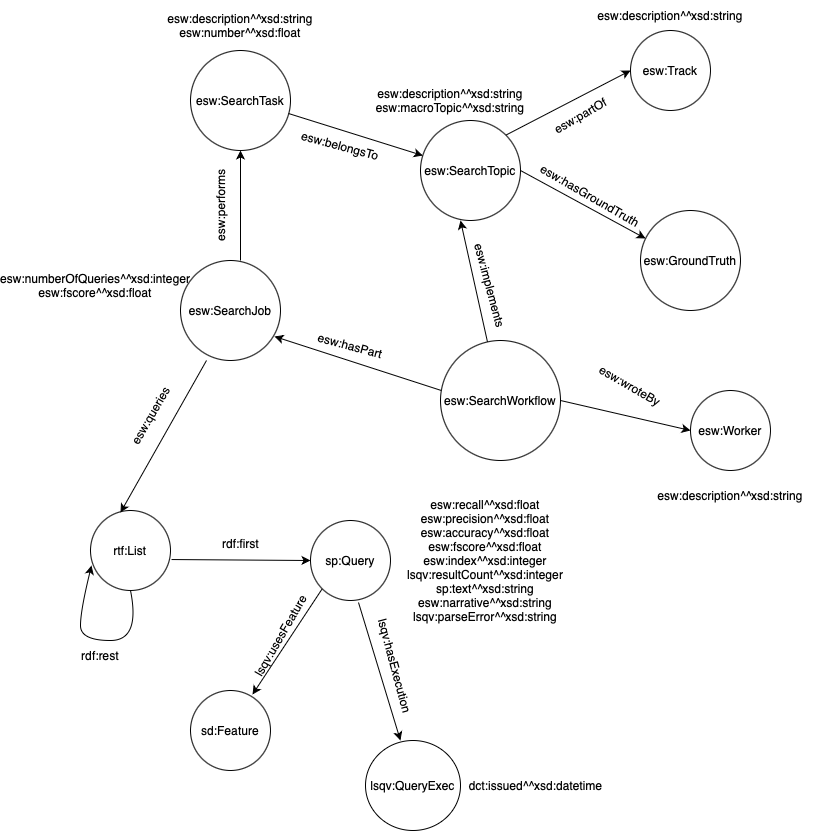
Earlier version of the draw.io export ontology/esw-ontology.png (prapalu/esw). Source tidied: cells renumbered, new cells last; positions are measured from the earlier drawing's top-left corner, leaving out a move shared by most shapes.
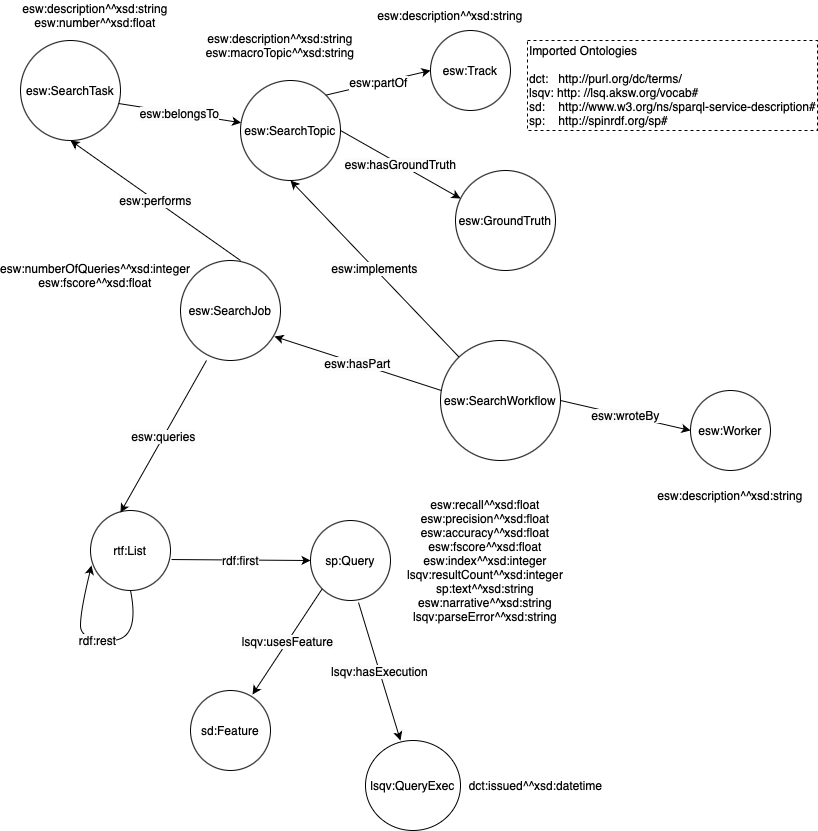
After the commit.

Commit message:
Rerun turtle and add ontology

Change to the diagram source:
```diff
@@ -3,13 +3,13 @@
     <mxCell id="0" />
     <mxCell id="1" parent="0" />
     <mxCell id="2" value="esw:Track" style="ellipse;whiteSpace=wrap;html=1;" parent="1" vertex="1">
-      <mxGeometry x="630" y="30" width="80" height="80" as="geometry" />
+      <mxGeometry x="430" y="30" width="80" height="80" as="geometry" />
     </mxCell>
     <mxCell id="3" value="esw:GroundTruth" style="ellipse;whiteSpace=wrap;html=1;" parent="1" vertex="1">
-      <mxGeometry x="640" y="210" width="100" height="100" as="geometry" />
+      <mxGeometry x="455" y="170" width="100" height="100" as="geometry" />
     </mxCell>
     <mxCell id="4" value="esw:SearchTopic" style="ellipse;whiteSpace=wrap;html=1;" parent="1" vertex="1">
-      <mxGeometry x="420" y="120" width="100" height="100" as="geometry" />
+      <mxGeometry x="240" y="80" width="100" height="100" as="geometry" />
     </mxCell>
     <mxCell id="5" value="esw:Worker" style="ellipse;whiteSpace=wrap;html=1;" parent="1" vertex="1">
       <mxGeometry x="690" y="390" width="80" height="80" as="geometry" />
@@ -18,80 +18,54 @@
       <mxGeometry x="440" y="340" width="120" height="120" as="geometry" />
     </mxCell>
     <mxCell id="7" value="esw:SearchTask" style="ellipse;whiteSpace=wrap;html=1;" parent="1" vertex="1">
-      <mxGeometry x="190" y="50" width="100" height="100" as="geometry" />
+      <mxGeometry x="20" y="40" width="100" height="100" as="geometry" />
     </mxCell>
     <mxCell id="8" value="esw:SearchJob" style="ellipse;whiteSpace=wrap;html=1;" parent="1" vertex="1">
       <mxGeometry x="180" y="260" width="100" height="100" as="geometry" />
     </mxCell>
-    <mxCell id="9" style="endArrow=classic;html=1;rounded=0;entryX=0;entryY=0.5;entryDx=0;entryDy=0;exitX=1;exitY=0;exitDx=0;exitDy=0;" parent="1" edge="1" source="4" target="2">
+    <mxCell id="9" value="esw:partOf" style="endArrow=classic;html=1;rounded=0;entryX=0;entryY=0.5;entryDx=0;entryDy=0;exitX=1;exitY=0;exitDx=0;exitDy=0;fontSize=12;" parent="1" edge="1" source="4" target="2">
       <mxGeometry relative="1" as="geometry" />
     </mxCell>
-    <mxCell id="10" value="esw:partOf" style="text;html=1;strokeColor=none;fillColor=none;align=center;verticalAlign=middle;whiteSpace=wrap;rounded=0;rotation=-30;" parent="1" vertex="1">
-      <mxGeometry x="550" y="100" width="60" height="30" as="geometry" />
-    </mxCell>
     <mxCell id="11" value="esw:description^^xsd:string" style="text;html=1;strokeColor=none;fillColor=none;align=center;verticalAlign=middle;whiteSpace=wrap;rounded=0;" parent="1" vertex="1">
-      <mxGeometry x="585" width="170" height="30" as="geometry" />
+      <mxGeometry x="365" width="170" height="30" as="geometry" />
     </mxCell>
-    <mxCell id="12" style="endArrow=classic;html=1;rounded=0;exitX=1;exitY=0.5;exitDx=0;exitDy=0;entryX=0.05;entryY=0.28;entryDx=0;entryDy=0;entryPerimeter=0;" parent="1" edge="1" source="4" target="3">
+    <mxCell id="12" value="&lt;span style=&quot;caret-color: rgb(0, 0, 0); color: rgb(0, 0, 0); font-family: Helvetica; font-size: 12px; font-style: normal; font-variant-caps: normal; font-weight: 400; letter-spacing: normal; text-align: center; text-indent: 0px; text-transform: none; word-spacing: 0px; -webkit-text-stroke-width: 0px; background-color: rgb(251, 251, 251); text-decoration: none; float: none; display: inline !important;&quot;&gt;esw:hasGroundTruth&lt;/span&gt;" style="endArrow=classic;html=1;rounded=0;exitX=1;exitY=0.5;exitDx=0;exitDy=0;entryX=0.05;entryY=0.28;entryDx=0;entryDy=0;entryPerimeter=0;fontSize=12;" parent="1" edge="1" source="4" target="3">
       <mxGeometry relative="1" as="geometry" />
     </mxCell>
-    <mxCell id="13" value="esw:hasGroundTruth" style="text;html=1;strokeColor=none;fillColor=none;align=center;verticalAlign=middle;whiteSpace=wrap;rounded=0;rotation=30;" parent="1" vertex="1">
-      <mxGeometry x="560" y="180" width="60" height="30" as="geometry" />
-    </mxCell>
-    <mxCell id="14" style="endArrow=classic;html=1;rounded=0;exitX=0.98;exitY=0.63;exitDx=0;exitDy=0;exitPerimeter=0;" parent="1" edge="1" source="7" target="4">
+    <mxCell id="14" value="&lt;span style=&quot;caret-color: rgb(0, 0, 0); color: rgb(0, 0, 0); font-family: Helvetica; font-size: 12px; font-style: normal; font-variant-caps: normal; font-weight: 400; letter-spacing: normal; text-align: center; text-indent: 0px; text-transform: none; word-spacing: 0px; -webkit-text-stroke-width: 0px; background-color: rgb(251, 251, 251); text-decoration: none; float: none; display: inline !important;&quot;&gt;esw:belongsTo&lt;/span&gt;" style="endArrow=classic;html=1;rounded=0;exitX=0.98;exitY=0.63;exitDx=0;exitDy=0;exitPerimeter=0;fontSize=12;" parent="1" edge="1" source="7" target="4">
       <mxGeometry relative="1" as="geometry" />
     </mxCell>
-    <mxCell id="15" value="esw:belongsTo" style="text;html=1;strokeColor=none;fillColor=none;align=center;verticalAlign=middle;whiteSpace=wrap;rounded=0;rotation=15;" parent="1" vertex="1">
-      <mxGeometry x="310" y="130" width="60" height="30" as="geometry" />
-    </mxCell>
-    <mxCell id="16" style="endArrow=classic;html=1;rounded=0;exitX=1;exitY=0.5;exitDx=0;exitDy=0;entryX=0;entryY=0.5;entryDx=0;entryDy=0;" parent="1" edge="1" source="6" target="5">
+    <mxCell id="16" value="&lt;span style=&quot;caret-color: rgb(0, 0, 0); color: rgb(0, 0, 0); font-family: Helvetica; font-size: 12px; font-style: normal; font-variant-caps: normal; font-weight: 400; letter-spacing: normal; text-align: center; text-indent: 0px; text-transform: none; word-spacing: 0px; -webkit-text-stroke-width: 0px; background-color: rgb(251, 251, 251); text-decoration: none; float: none; display: inline !important;&quot;&gt;esw:wroteBy&lt;/span&gt;" style="endArrow=classic;html=1;rounded=0;exitX=1;exitY=0.5;exitDx=0;exitDy=0;entryX=0;entryY=0.5;entryDx=0;entryDy=0;fontSize=12;" parent="1" edge="1" source="6" target="5">
       <mxGeometry relative="1" as="geometry" />
     </mxCell>
-    <mxCell id="17" value="esw:wroteBy" style="text;html=1;strokeColor=none;fillColor=none;align=center;verticalAlign=middle;whiteSpace=wrap;rounded=0;rotation=30;" parent="1" vertex="1">
-      <mxGeometry x="600" y="370" width="60" height="30" as="geometry" />
-    </mxCell>
-    <mxCell id="18" style="endArrow=classic;html=1;rounded=0;" parent="1" edge="1" source="6">
-      <mxGeometry relative="1" as="geometry">
-        <mxPoint x="460" y="220" as="targetPoint" />
-      </mxGeometry>
+    <mxCell id="18" value="&lt;span style=&quot;caret-color: rgb(0, 0, 0); color: rgb(0, 0, 0); font-family: Helvetica; font-size: 12px; font-style: normal; font-variant-caps: normal; font-weight: 400; letter-spacing: normal; text-align: center; text-indent: 0px; text-transform: none; word-spacing: 0px; -webkit-text-stroke-width: 0px; background-color: rgb(251, 251, 251); text-decoration: none; float: none; display: inline !important;&quot;&gt;esw:implements&lt;/span&gt;" style="endArrow=classic;html=1;rounded=0;entryX=0.5;entryY=1;entryDx=0;entryDy=0;" parent="1" edge="1" source="6" target="4">
+      <mxGeometry relative="1" as="geometry" />
     </mxCell>
-    <mxCell id="19" value="esw:implements" style="text;html=1;strokeColor=none;fillColor=none;align=center;verticalAlign=middle;whiteSpace=wrap;rounded=0;rotation=75;" parent="1" vertex="1">
-      <mxGeometry x="460" y="270" width="60" height="30" as="geometry" />
-    </mxCell>
-    <mxCell id="20" style="endArrow=classic;html=1;rounded=0;exitX=0.008;exitY=0.417;exitDx=0;exitDy=0;entryX=0.94;entryY=0.76;entryDx=0;entryDy=0;entryPerimeter=0;exitPerimeter=0;" parent="1" edge="1" source="6" target="8">
+    <mxCell id="20" value="&lt;span style=&quot;caret-color: rgb(0, 0, 0); color: rgb(0, 0, 0); font-family: Helvetica; font-size: 12px; font-style: normal; font-variant-caps: normal; font-weight: 400; letter-spacing: normal; text-align: center; text-indent: 0px; text-transform: none; word-spacing: 0px; -webkit-text-stroke-width: 0px; background-color: rgb(251, 251, 251); text-decoration: none; float: none; display: inline !important;&quot;&gt;esw:hasPart&lt;/span&gt;" style="endArrow=classic;html=1;rounded=0;exitX=0.008;exitY=0.417;exitDx=0;exitDy=0;entryX=0.94;entryY=0.76;entryDx=0;entryDy=0;entryPerimeter=0;exitPerimeter=0;fontSize=12;" parent="1" edge="1" source="6" target="8">
       <mxGeometry relative="1" as="geometry" />
     </mxCell>
-    <mxCell id="21" value="esw:hasPart" style="text;html=1;strokeColor=none;fillColor=none;align=center;verticalAlign=middle;whiteSpace=wrap;rounded=0;rotation=15;" parent="1" vertex="1">
-      <mxGeometry x="320" y="330" width="60" height="30" as="geometry" />
-    </mxCell>
-    <mxCell id="22" style="endArrow=classic;html=1;rounded=0;exitX=0.6;exitY=0;exitDx=0;exitDy=0;exitPerimeter=0;entryX=0.5;entryY=1;entryDx=0;entryDy=0;" parent="1" edge="1" source="8" target="7">
+    <mxCell id="22" value="&lt;span style=&quot;caret-color: rgb(0, 0, 0); color: rgb(0, 0, 0); font-family: Helvetica; font-size: 12px; font-style: normal; font-variant-caps: normal; font-weight: 400; letter-spacing: normal; text-align: center; text-indent: 0px; text-transform: none; word-spacing: 0px; -webkit-text-stroke-width: 0px; background-color: rgb(251, 251, 251); text-decoration: none; float: none; display: inline !important;&quot;&gt;esw:performs&lt;/span&gt;" style="endArrow=classic;html=1;rounded=0;exitX=0.6;exitY=0;exitDx=0;exitDy=0;exitPerimeter=0;entryX=0.5;entryY=1;entryDx=0;entryDy=0;fontSize=12;" parent="1" edge="1" source="8" target="7">
       <mxGeometry relative="1" as="geometry" />
     </mxCell>
-    <mxCell id="23" value="esw:performs" style="text;html=1;strokeColor=none;fillColor=none;align=center;verticalAlign=middle;whiteSpace=wrap;rounded=0;rotation=-90;" parent="1" vertex="1">
-      <mxGeometry x="190" y="190" width="60" height="30" as="geometry" />
-    </mxCell>
     <mxCell id="24" value="rtf:List" style="ellipse;whiteSpace=wrap;html=1;" parent="1" vertex="1">
       <mxGeometry x="90" y="510" width="80" height="80" as="geometry" />
     </mxCell>
-    <mxCell id="25" style="endArrow=classic;html=1;rounded=0;exitX=0.26;exitY=1;exitDx=0;exitDy=0;entryX=0.375;entryY=0.025;entryDx=0;entryDy=0;exitPerimeter=0;entryPerimeter=0;" parent="1" edge="1" source="8" target="24">
+    <mxCell id="25" value="&lt;span style=&quot;caret-color: rgb(0, 0, 0); color: rgb(0, 0, 0); font-family: Helvetica; font-size: 12px; font-style: normal; font-variant-caps: normal; font-weight: 400; letter-spacing: normal; text-align: center; text-indent: 0px; text-transform: none; word-spacing: 0px; -webkit-text-stroke-width: 0px; background-color: rgb(251, 251, 251); text-decoration: none; float: none; display: inline !important;&quot;&gt;esw:queries&lt;/span&gt;" style="endArrow=classic;html=1;rounded=0;exitX=0.26;exitY=1;exitDx=0;exitDy=0;entryX=0.375;entryY=0.025;entryDx=0;entryDy=0;exitPerimeter=0;entryPerimeter=0;fontSize=12;" parent="1" edge="1" source="8" target="24">
       <mxGeometry relative="1" as="geometry" />
     </mxCell>
-    <mxCell id="26" value="esw:queries" style="text;html=1;strokeColor=none;fillColor=none;align=center;verticalAlign=middle;whiteSpace=wrap;rounded=0;rotation=-60;" parent="1" vertex="1">
-      <mxGeometry x="120" y="400" width="60" height="30" as="geometry" />
-    </mxCell>
     <mxCell id="27" value="esw:description^^xsd:string&lt;br&gt;esw:macroTopic^^xsd:string" style="text;html=1;strokeColor=none;fillColor=none;align=center;verticalAlign=middle;whiteSpace=wrap;rounded=0;" parent="1" vertex="1">
-      <mxGeometry x="360" y="85" width="180" height="30" as="geometry" />
+      <mxGeometry x="190" y="30" width="180" height="30" as="geometry" />
     </mxCell>
     <mxCell id="28" value="esw:description^^xsd:string&lt;br&gt;esw:number^^xsd:float" style="text;html=1;strokeColor=none;fillColor=none;align=center;verticalAlign=middle;whiteSpace=wrap;rounded=0;" parent="1" vertex="1">
-      <mxGeometry x="145" y="10" width="190" height="30" as="geometry" />
+      <mxGeometry width="190" height="30" as="geometry" />
     </mxCell>
     <mxCell id="29" value="esw:description^^xsd:string" style="text;html=1;strokeColor=none;fillColor=none;align=center;verticalAlign=middle;whiteSpace=wrap;rounded=0;" parent="1" vertex="1">
       <mxGeometry x="645" y="480" width="170" height="30" as="geometry" />
     </mxCell>
     <mxCell id="30" value="esw:numberOfQueries^^xsd:integer&lt;br&gt;esw:fscore^^xsd:float" style="text;html=1;strokeColor=none;fillColor=none;align=center;verticalAlign=middle;whiteSpace=wrap;rounded=0;" parent="1" vertex="1">
-      <mxGeometry y="270" width="190" height="30" as="geometry" />
+      <mxGeometry y="260" width="190" height="30" as="geometry" />
     </mxCell>
-    <mxCell id="31" style="curved=1;endArrow=classic;html=1;rounded=0;exitX=0.5;exitY=1;exitDx=0;exitDy=0;entryX=0.013;entryY=0.688;entryDx=0;entryDy=0;entryPerimeter=0;" parent="1" edge="1" source="24" target="24">
+    <mxCell id="31" value="&lt;span style=&quot;caret-color: rgb(0, 0, 0); color: rgb(0, 0, 0); font-family: Helvetica; font-size: 12px; font-style: normal; font-variant-caps: normal; font-weight: 400; letter-spacing: normal; text-align: center; text-indent: 0px; text-transform: none; word-spacing: 0px; -webkit-text-stroke-width: 0px; background-color: rgb(251, 251, 251); text-decoration: none; float: none; display: inline !important;&quot;&gt;rdf:rest&lt;/span&gt;" style="curved=1;endArrow=classic;html=1;rounded=0;exitX=0.5;exitY=1;exitDx=0;exitDy=0;entryX=0.013;entryY=0.688;entryDx=0;entryDy=0;entryPerimeter=0;fontSize=12;" parent="1" edge="1" source="24" target="24">
       <mxGeometry relative="1" as="geometry">
         <Array as="points">
           <mxPoint x="140" y="640" />
@@ -100,13 +74,7 @@
         </Array>
       </mxGeometry>
     </mxCell>
-    <mxCell id="32" value="rdf:rest" style="text;html=1;strokeColor=none;fillColor=none;align=center;verticalAlign=middle;whiteSpace=wrap;rounded=0;" parent="1" vertex="1">
-      <mxGeometry x="70" y="640" width="60" height="30" as="geometry" />
-    </mxCell>
-    <mxCell id="33" value="rdf:first" style="text;html=1;align=center;verticalAlign=middle;strokeColor=none;fillColor=none;" parent="1" vertex="1">
-      <mxGeometry x="210" y="528" width="60" height="30" as="geometry" />
-    </mxCell>
-    <mxCell id="34" style="endArrow=classic;html=1;rounded=0;exitX=1.013;exitY=0.613;exitDx=0;exitDy=0;exitPerimeter=0;" parent="1" edge="1" source="24" target="35">
+    <mxCell id="34" value="&lt;span style=&quot;caret-color: rgb(0, 0, 0); color: rgb(0, 0, 0); font-family: Helvetica; font-size: 12px; font-style: normal; font-variant-caps: normal; font-weight: 400; letter-spacing: normal; text-align: center; text-indent: 0px; text-transform: none; word-spacing: 0px; -webkit-text-stroke-width: 0px; background-color: rgb(251, 251, 251); text-decoration: none; float: none; display: inline !important;&quot;&gt;rdf:first&lt;/span&gt;" style="endArrow=classic;html=1;rounded=0;exitX=1.013;exitY=0.613;exitDx=0;exitDy=0;exitPerimeter=0;fontSize=12;" parent="1" edge="1" source="24" target="35">
       <mxGeometry relative="1" as="geometry" />
     </mxCell>
     <mxCell id="35" value="sp:Query" style="ellipse;whiteSpace=wrap;html=1;" parent="1" vertex="1">
@@ -118,23 +86,20 @@
     <mxCell id="37" value="sd:Feature" style="ellipse;whiteSpace=wrap;html=1;" parent="1" vertex="1">
       <mxGeometry x="190" y="690" width="80" height="80" as="geometry" />
     </mxCell>
-    <mxCell id="38" style="endArrow=classic;html=1;rounded=0;exitX=0;exitY=1;exitDx=0;exitDy=0;entryX=0.775;entryY=0.05;entryDx=0;entryDy=0;entryPerimeter=0;" parent="1" edge="1" source="35" target="37">
+    <mxCell id="38" value="&lt;span style=&quot;caret-color: rgb(0, 0, 0); color: rgb(0, 0, 0); font-family: Helvetica; font-size: 12px; font-style: normal; font-variant-caps: normal; font-weight: 400; letter-spacing: normal; text-align: center; text-indent: 0px; text-transform: none; word-spacing: 0px; -webkit-text-stroke-width: 0px; background-color: rgb(251, 251, 251); text-decoration: none; float: none; display: inline !important;&quot;&gt;lsqv:usesFeature&lt;/span&gt;" style="endArrow=classic;html=1;rounded=0;exitX=0;exitY=1;exitDx=0;exitDy=0;entryX=0.775;entryY=0.05;entryDx=0;entryDy=0;entryPerimeter=0;" parent="1" edge="1" source="35" target="37">
       <mxGeometry relative="1" as="geometry" />
     </mxCell>
     <mxCell id="39" value="lsqv:QueryExec" style="ellipse;whiteSpace=wrap;html=1;" parent="1" vertex="1">
       <mxGeometry x="365" y="740" width="95" height="90" as="geometry" />
     </mxCell>
-    <mxCell id="40" value="lsqv:usesFeature" style="text;html=1;strokeColor=none;fillColor=none;align=center;verticalAlign=middle;whiteSpace=wrap;rounded=0;rotation=-60;" parent="1" vertex="1">
-      <mxGeometry x="250" y="620" width="60" height="30" as="geometry" />
-    </mxCell>
-    <mxCell id="41" style="endArrow=classic;html=1;rounded=0;exitX=0.6;exitY=1.025;exitDx=0;exitDy=0;exitPerimeter=0;entryX=0.368;entryY=0;entryDx=0;entryDy=0;entryPerimeter=0;" parent="1" edge="1" source="35" target="39">
+    <mxCell id="41" value="&lt;span style=&quot;caret-color: rgb(0, 0, 0); color: rgb(0, 0, 0); font-family: Helvetica; font-size: 12px; font-style: normal; font-variant-caps: normal; font-weight: 400; letter-spacing: normal; text-align: center; text-indent: 0px; text-transform: none; word-spacing: 0px; -webkit-text-stroke-width: 0px; background-color: rgb(251, 251, 251); text-decoration: none; float: none; display: inline !important;&quot;&gt;lsqv:hasExecution&lt;/span&gt;" style="endArrow=classic;html=1;rounded=0;exitX=0.6;exitY=1.025;exitDx=0;exitDy=0;exitPerimeter=0;entryX=0.368;entryY=0;entryDx=0;entryDy=0;entryPerimeter=0;" parent="1" edge="1" source="35" target="39">
       <mxGeometry relative="1" as="geometry" />
     </mxCell>
-    <mxCell id="42" value="lsqv:hasExecution" style="text;html=1;align=center;verticalAlign=middle;strokeColor=none;fillColor=none;rotation=75;" parent="1" vertex="1">
-      <mxGeometry x="335" y="650" width="120" height="30" as="geometry" />
-    </mxCell>
     <mxCell id="43" value="dct:issued^^xsd:datetime" style="text;html=1;align=center;verticalAlign=middle;strokeColor=none;fillColor=none;" parent="1" vertex="1">
       <mxGeometry x="455" y="770" width="160" height="30" as="geometry" />
     </mxCell>
+    <mxCell id="44" value="Imported Ontologies&lt;br&gt;&lt;br&gt;dct: &amp;nbsp; http://purl.org/dc/terms/&lt;br&gt;&lt;div style=&quot;&quot;&gt;lsqv:&amp;nbsp;http: //lsq.aksw.org/vocab#&lt;/div&gt;&lt;div style=&quot;&quot;&gt;sd: &amp;nbsp; &amp;nbsp;http://www.w3.org/ns/sparql-service-description#&lt;/div&gt;&lt;div style=&quot;&quot;&gt;sp: &amp;nbsp; &amp;nbsp;http://spinrdf.org/sp#&lt;/div&gt;" style="rounded=0;whiteSpace=wrap;html=1;dashed=1;align=left;" parent="1" vertex="1">
+      <mxGeometry x="527" y="40" width="290" height="90" as="geometry" />
+    </mxCell>
   </root>
 </mxGraphModel>
```
